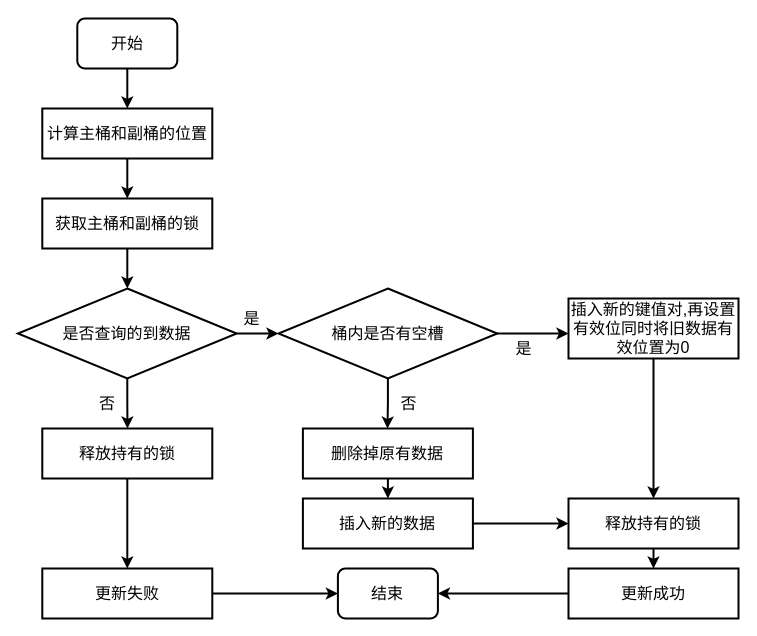
Earlier version of the draw.io diagram page "更新操作流程" (16 of 17) of 毕业论文.drawio (HustDsy/Picture). Source tidied: cells renumbered, new cells numbered last; positions are measured from the earlier drawing's top-left corner, leaving out a move shared by most shapes. Both pictures are drawn from the tidied source at 100%, with x=0, y=0 at pixel (17, 18).
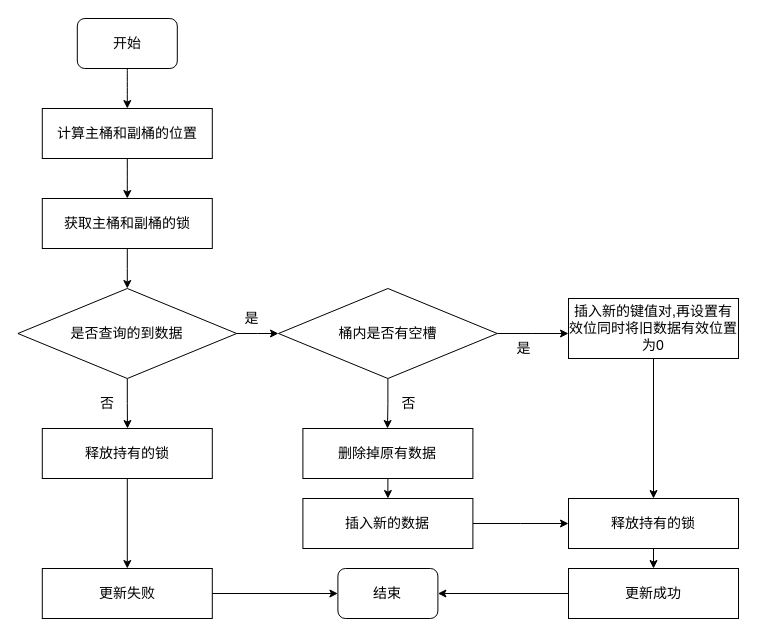
The same diagram, later.

The edit, as a diff of the source:
```diff
@@
-    <mxCell id="2" style="edgeStyle=orthogonalEdgeStyle;curved=1;rounded=0;jettySize=auto;html=1;exitX=0.5;exitY=1;exitDx=0;exitDy=0;entryX=0.5;entryY=0;entryDx=0;entryDy=0;fontFamily=简宋;fontSize=16;fontColor=default;strokeWidth=2;" parent="1" edge="1" source="3" target="5">
+    <mxCell id="2" style="edgeStyle=orthogonalEdgeStyle;curved=1;rounded=0;jettySize=auto;html=1;exitX=0.5;exitY=1;exitDx=0;exitDy=0;entryX=0.5;entryY=0;entryDx=0;entryDy=0;fontFamily=简宋;fontSize=14;fontColor=default;strokeWidth=1;" parent="1" edge="1" source="3" target="5">
       <mxGeometry relative="1" as="geometry" />
     </mxCell>
-    <mxCell id="3" value="&lt;font style=&quot;font-size: 16px;&quot;&gt;开始&lt;/font&gt;" style="rounded=1;whiteSpace=wrap;html=1;comic=0;fontFamily=简宋;fontSize=16;strokeWidth=2;" parent="1" vertex="1">
+    <mxCell id="3" value="&lt;font style=&quot;font-size: 14px;&quot;&gt;开始&lt;/font&gt;" style="rounded=1;whiteSpace=wrap;html=1;comic=0;fontFamily=简宋;fontSize=14;strokeWidth=1;" parent="1" vertex="1">
       <mxGeometry x="59.8" width="100" height="50" as="geometry" />
     </mxCell>
-    <mxCell id="4" style="edgeStyle=orthogonalEdgeStyle;curved=1;rounded=0;jettySize=auto;html=1;exitX=0.5;exitY=1;exitDx=0;exitDy=0;fontFamily=简宋;fontSize=16;fontColor=default;strokeWidth=2;" parent="1" edge="1" source="5">
+    <mxCell id="4" style="edgeStyle=orthogonalEdgeStyle;curved=1;rounded=0;jettySize=auto;html=1;exitX=0.5;exitY=1;exitDx=0;exitDy=0;fontFamily=简宋;fontSize=14;fontColor=default;strokeWidth=1;" parent="1" edge="1" source="5">
       <mxGeometry relative="1" as="geometry">
         <mxPoint x="109.8" y="180" as="targetPoint" />
       </mxGeometry>
     </mxCell>
-    <mxCell id="5" value="计算主桶和副桶的位置" style="rounded=0;whiteSpace=wrap;html=1;comic=0;fontFamily=简宋;fontSize=16;fontColor=default;strokeColor=#000000;strokeWidth=2;fillColor=#FFFFFF;" parent="1" vertex="1">
+    <mxCell id="5" value="计算主桶和副桶的位置" style="rounded=0;whiteSpace=wrap;html=1;comic=0;fontFamily=简宋;fontSize=14;fontColor=default;strokeColor=#000000;strokeWidth=1;fillColor=#FFFFFF;" parent="1" vertex="1">
       <mxGeometry x="24.8" y="90" width="170" height="50" as="geometry" />
     </mxCell>
-    <mxCell id="6" style="edgeStyle=orthogonalEdgeStyle;rounded=0;jettySize=auto;html=1;exitX=0.5;exitY=1;exitDx=0;exitDy=0;fontFamily=简宋;fontSize=16;fontColor=default;strokeWidth=2;" parent="1" edge="1" source="7">
+    <mxCell id="6" style="edgeStyle=orthogonalEdgeStyle;rounded=0;jettySize=auto;html=1;exitX=0.5;exitY=1;exitDx=0;exitDy=0;fontFamily=简宋;fontSize=14;fontColor=default;strokeWidth=1;" parent="1" edge="1" source="7">
       <mxGeometry relative="1" as="geometry">
         <mxPoint x="109.8" y="270" as="targetPoint" />
       </mxGeometry>
     </mxCell>
-    <mxCell id="7" value="获取主桶和副桶的锁" style="rounded=0;whiteSpace=wrap;html=1;comic=0;fontFamily=简宋;fontSize=16;fontColor=default;strokeColor=#000000;strokeWidth=2;fillColor=#FFFFFF;" parent="1" vertex="1">
+    <mxCell id="7" value="获取主桶和副桶的锁" style="rounded=0;whiteSpace=wrap;html=1;comic=0;fontFamily=简宋;fontSize=14;fontColor=default;strokeColor=#000000;strokeWidth=1;fillColor=#FFFFFF;" parent="1" vertex="1">
       <mxGeometry x="24.8" y="180" width="170" height="50" as="geometry" />
     </mxCell>
-    <mxCell id="8" style="edgeStyle=orthogonalEdgeStyle;rounded=0;jettySize=auto;html=1;exitX=0.5;exitY=1;exitDx=0;exitDy=0;exitPerimeter=0;fontFamily=简宋;fontSize=16;fontColor=default;endArrow=classic;endFill=1;strokeWidth=2;" parent="1" edge="1" source="10">
+    <mxCell id="8" style="edgeStyle=orthogonalEdgeStyle;rounded=0;jettySize=auto;html=1;exitX=0.5;exitY=1;exitDx=0;exitDy=0;exitPerimeter=0;fontFamily=简宋;fontSize=14;fontColor=default;endArrow=classic;endFill=1;strokeWidth=1;" parent="1" edge="1" source="10">
       <mxGeometry relative="1" as="geometry">
         <mxPoint x="110" y="410" as="targetPoint" />
       </mxGeometry>
     </mxCell>
-    <mxCell id="9" style="edgeStyle=orthogonalEdgeStyle;rounded=0;jettySize=auto;html=1;exitX=1;exitY=0.5;exitDx=0;exitDy=0;exitPerimeter=0;fontFamily=简宋;fontSize=16;fontColor=default;endArrow=classic;endFill=1;strokeWidth=2;" parent="1" edge="1" source="10">
+    <mxCell id="9" style="edgeStyle=orthogonalEdgeStyle;rounded=0;jettySize=auto;html=1;exitX=1;exitY=0.5;exitDx=0;exitDy=0;exitPerimeter=0;fontFamily=简宋;fontSize=14;fontColor=default;endArrow=classic;endFill=1;strokeWidth=1;" parent="1" edge="1" source="10">
       <mxGeometry relative="1" as="geometry">
         <mxPoint x="261" y="315" as="targetPoint" />
       </mxGeometry>
     </mxCell>
-    <mxCell id="10" value="是否查询的到数据" style="strokeWidth=2;html=1;shape=mxgraph.flowchart.decision;whiteSpace=wrap;comic=0;fontFamily=简宋;fontSize=16;fontColor=default;fillColor=#FFFFFF;" parent="1" vertex="1">
+    <mxCell id="10" value="是否查询的到数据" style="strokeWidth=1;html=1;shape=mxgraph.flowchart.decision;whiteSpace=wrap;comic=0;fontFamily=简宋;fontSize=14;fontColor=default;fillColor=#FFFFFF;" parent="1" vertex="1">
       <mxGeometry x="0.4" y="270" width="218.8" height="90" as="geometry" />
     </mxCell>
-    <mxCell id="11" value="否" style="text;html=1;strokeColor=none;fillColor=none;align=center;verticalAlign=middle;whiteSpace=wrap;rounded=0;comic=0;fontFamily=简宋;fontSize=16;fontColor=default;" parent="1" vertex="1">
+    <mxCell id="11" value="否" style="text;html=1;strokeColor=none;fillColor=none;align=center;verticalAlign=middle;whiteSpace=wrap;rounded=0;comic=0;fontFamily=简宋;fontSize=14;fontColor=default;strokeWidth=1;" parent="1" vertex="1">
       <mxGeometry x="59.8" y="370" width="60" height="30" as="geometry" />
     </mxCell>
-    <mxCell id="12" style="edgeStyle=orthogonalEdgeStyle;rounded=0;jettySize=auto;html=1;exitX=0.5;exitY=1;exitDx=0;exitDy=0;fontFamily=简宋;fontSize=16;fontColor=default;endArrow=classic;endFill=1;strokeWidth=2;entryX=0.5;entryY=0;entryDx=0;entryDy=0;" parent="1" edge="1" source="13" target="15">
+    <mxCell id="12" style="edgeStyle=orthogonalEdgeStyle;rounded=0;jettySize=auto;html=1;exitX=0.5;exitY=1;exitDx=0;exitDy=0;fontFamily=简宋;fontSize=14;fontColor=default;endArrow=classic;endFill=1;strokeWidth=1;entryX=0.5;entryY=0;entryDx=0;entryDy=0;" parent="1" edge="1" source="13" target="15">
       <mxGeometry relative="1" as="geometry" />
     </mxCell>
-    <mxCell id="13" value="释放持有的锁" style="rounded=0;whiteSpace=wrap;html=1;comic=0;fontFamily=简宋;fontSize=16;fontColor=default;strokeColor=#000000;strokeWidth=2;fillColor=#FFFFFF;" parent="1" vertex="1">
+    <mxCell id="13" value="释放持有的锁" style="rounded=0;whiteSpace=wrap;html=1;comic=0;fontFamily=简宋;fontSize=14;fontColor=default;strokeColor=#000000;strokeWidth=1;fillColor=#FFFFFF;" parent="1" vertex="1">
       <mxGeometry x="24.8" y="410" width="170" height="50" as="geometry" />
     </mxCell>
-    <mxCell id="14" style="edgeStyle=orthogonalEdgeStyle;rounded=0;jettySize=auto;html=1;exitX=1;exitY=0.5;exitDx=0;exitDy=0;fontFamily=简宋;fontSize=16;fontColor=default;endArrow=classic;endFill=1;strokeWidth=2;" parent="1" edge="1" source="15" target="16">
+    <mxCell id="14" style="edgeStyle=orthogonalEdgeStyle;rounded=0;jettySize=auto;html=1;exitX=1;exitY=0.5;exitDx=0;exitDy=0;fontFamily=简宋;fontSize=14;fontColor=default;endArrow=classic;endFill=1;strokeWidth=1;" parent="1" edge="1" source="15" target="16">
       <mxGeometry relative="1" as="geometry" />
     </mxCell>
-    <mxCell id="15" value="更新失败" style="rounded=0;whiteSpace=wrap;html=1;comic=0;fontFamily=简宋;fontSize=16;fontColor=default;strokeColor=#000000;strokeWidth=2;fillColor=#FFFFFF;" parent="1" vertex="1">
+    <mxCell id="15" value="更新失败" style="rounded=0;whiteSpace=wrap;html=1;comic=0;fontFamily=简宋;fontSize=14;fontColor=default;strokeColor=#000000;strokeWidth=1;fillColor=#FFFFFF;" parent="1" vertex="1">
       <mxGeometry x="24.8" y="550" width="170" height="50" as="geometry" />
     </mxCell>
-    <mxCell id="16" value="&lt;font style=&quot;font-size: 16px;&quot;&gt;结束&lt;/font&gt;" style="rounded=1;whiteSpace=wrap;html=1;comic=0;fontFamily=简宋;fontSize=16;strokeWidth=2;" parent="1" vertex="1">
+    <mxCell id="16" value="&lt;font style=&quot;font-size: 14px;&quot;&gt;结束&lt;/font&gt;" style="rounded=1;whiteSpace=wrap;html=1;comic=0;fontFamily=简宋;fontSize=14;strokeWidth=1;" parent="1" vertex="1">
       <mxGeometry x="320.4" y="550" width="100" height="50" as="geometry" />
     </mxCell>
-    <mxCell id="17" style="edgeStyle=orthogonalEdgeStyle;rounded=0;jettySize=auto;html=1;exitX=0.5;exitY=1;exitDx=0;exitDy=0;exitPerimeter=0;fontFamily=简宋;fontSize=16;fontColor=default;endArrow=classic;endFill=1;strokeWidth=2;" parent="1" edge="1" source="19">
+    <mxCell id="17" style="edgeStyle=orthogonalEdgeStyle;rounded=0;jettySize=auto;html=1;exitX=0.5;exitY=1;exitDx=0;exitDy=0;exitPerimeter=0;fontFamily=简宋;fontSize=14;fontColor=default;endArrow=classic;endFill=1;strokeWidth=1;" parent="1" edge="1" source="19">
       <mxGeometry relative="1" as="geometry">
         <mxPoint x="370" y="410" as="targetPoint" />
       </mxGeometry>
     </mxCell>
-    <mxCell id="18" style="edgeStyle=orthogonalEdgeStyle;rounded=0;jettySize=auto;html=1;exitX=1;exitY=0.5;exitDx=0;exitDy=0;exitPerimeter=0;fontFamily=简宋;fontSize=16;fontColor=default;endArrow=classic;endFill=1;strokeWidth=2;" parent="1" edge="1" source="19">
+    <mxCell id="18" style="edgeStyle=orthogonalEdgeStyle;rounded=0;jettySize=auto;html=1;exitX=1;exitY=0.5;exitDx=0;exitDy=0;exitPerimeter=0;fontFamily=简宋;fontSize=14;fontColor=default;endArrow=classic;endFill=1;strokeWidth=1;" parent="1" edge="1" source="19">
       <mxGeometry relative="1" as="geometry">
         <mxPoint x="551" y="315" as="targetPoint" />
       </mxGeometry>
     </mxCell>
-    <mxCell id="19" value="桶内是否有空槽" style="strokeWidth=2;html=1;shape=mxgraph.flowchart.decision;whiteSpace=wrap;comic=0;fontFamily=简宋;fontSize=16;fontColor=default;fillColor=#FFFFFF;" parent="1" vertex="1">
+    <mxCell id="19" value="桶内是否有空槽" style="strokeWidth=1;html=1;shape=mxgraph.flowchart.decision;whiteSpace=wrap;comic=0;fontFamily=简宋;fontSize=14;fontColor=default;fillColor=#FFFFFF;" parent="1" vertex="1">
       <mxGeometry x="261" y="270" width="218.8" height="90" as="geometry" />
     </mxCell>
-    <mxCell id="20" value="否" style="text;html=1;align=center;verticalAlign=middle;strokeColor=none;fillColor=none;fontSize=16;fontFamily=简宋;fontColor=default;" parent="1" vertex="1">
+    <mxCell id="20" value="否" style="text;html=1;align=center;verticalAlign=middle;strokeColor=none;fillColor=none;fontSize=14;fontFamily=简宋;fontColor=default;strokeWidth=1;" parent="1" vertex="1">
       <mxGeometry x="376" y="375" width="30" height="20" as="geometry" />
     </mxCell>
-    <mxCell id="21" style="edgeStyle=orthogonalEdgeStyle;rounded=0;jettySize=auto;html=1;exitX=0.5;exitY=1;exitDx=0;exitDy=0;entryX=0.5;entryY=0;entryDx=0;entryDy=0;fontFamily=简宋;fontSize=16;fontColor=default;endArrow=classic;endFill=1;strokeWidth=2;" parent="1" edge="1" source="22" target="24">
+    <mxCell id="21" style="edgeStyle=orthogonalEdgeStyle;rounded=0;jettySize=auto;html=1;exitX=0.5;exitY=1;exitDx=0;exitDy=0;entryX=0.5;entryY=0;entryDx=0;entryDy=0;fontFamily=简宋;fontSize=14;fontColor=default;endArrow=classic;endFill=1;strokeWidth=1;" parent="1" edge="1" source="22" target="24">
       <mxGeometry relative="1" as="geometry" />
     </mxCell>
-    <mxCell id="22" value="删除掉原有数据" style="rounded=0;whiteSpace=wrap;html=1;comic=0;fontFamily=简宋;fontSize=16;fontColor=default;strokeColor=#000000;strokeWidth=2;fillColor=#FFFFFF;" parent="1" vertex="1">
+    <mxCell id="22" value="删除掉原有数据" style="rounded=0;whiteSpace=wrap;html=1;comic=0;fontFamily=简宋;fontSize=14;fontColor=default;strokeColor=#000000;strokeWidth=1;fillColor=#FFFFFF;" parent="1" vertex="1">
       <mxGeometry x="285.4" y="410" width="170" height="50" as="geometry" />
     </mxCell>
-    <mxCell id="23" style="edgeStyle=orthogonalEdgeStyle;rounded=0;jettySize=auto;html=1;exitX=1;exitY=0.5;exitDx=0;exitDy=0;fontFamily=简宋;fontSize=16;fontColor=default;endArrow=classic;endFill=1;strokeWidth=2;" parent="1" edge="1" source="24">
+    <mxCell id="23" style="edgeStyle=orthogonalEdgeStyle;rounded=0;jettySize=auto;html=1;exitX=1;exitY=0.5;exitDx=0;exitDy=0;fontFamily=简宋;fontSize=14;fontColor=default;endArrow=classic;endFill=1;strokeWidth=1;" parent="1" edge="1" source="24">
       <mxGeometry relative="1" as="geometry">
         <mxPoint x="551" y="505" as="targetPoint" />
       </mxGeometry>
     </mxCell>
-    <mxCell id="24" value="插入新的数据" style="rounded=0;whiteSpace=wrap;html=1;comic=0;fontFamily=简宋;fontSize=16;fontColor=default;strokeColor=#000000;strokeWidth=2;fillColor=#FFFFFF;" parent="1" vertex="1">
+    <mxCell id="24" value="插入新的数据" style="rounded=0;whiteSpace=wrap;html=1;comic=0;fontFamily=简宋;fontSize=14;fontColor=default;strokeColor=#000000;strokeWidth=1;fillColor=#FFFFFF;" parent="1" vertex="1">
       <mxGeometry x="285.4" y="480" width="170" height="50" as="geometry" />
     </mxCell>
-    <mxCell id="25" value="是" style="text;html=1;align=center;verticalAlign=middle;strokeColor=none;fillColor=none;fontSize=16;fontFamily=简宋;fontColor=default;" parent="1" vertex="1">
+    <mxCell id="25" value="是" style="text;html=1;align=center;verticalAlign=middle;strokeColor=none;fillColor=none;fontSize=14;fontFamily=简宋;fontColor=default;strokeWidth=1;" parent="1" vertex="1">
       <mxGeometry x="491" y="320" width="30" height="20" as="geometry" />
     </mxCell>
-    <mxCell id="26" style="edgeStyle=orthogonalEdgeStyle;rounded=0;jettySize=auto;html=1;exitX=0.5;exitY=1;exitDx=0;exitDy=0;fontFamily=简宋;fontSize=16;fontColor=default;endArrow=classic;endFill=1;strokeWidth=2;" parent="1" edge="1" source="27" target="29">
+    <mxCell id="26" style="edgeStyle=orthogonalEdgeStyle;rounded=0;jettySize=auto;html=1;exitX=0.5;exitY=1;exitDx=0;exitDy=0;fontFamily=简宋;fontSize=14;fontColor=default;endArrow=classic;endFill=1;strokeWidth=1;" parent="1" edge="1" source="27" target="29">
       <mxGeometry relative="1" as="geometry" />
     </mxCell>
-    <mxCell id="27" value="插入新的键值对,再设置有效位同时将旧数据有效位置为0" style="rounded=0;whiteSpace=wrap;html=1;comic=0;fontFamily=简宋;fontSize=16;fontColor=default;strokeColor=#000000;strokeWidth=2;fillColor=#FFFFFF;" parent="1" vertex="1">
+    <mxCell id="27" value="插入新的键值对,再设置有效位同时将旧数据有效位置为0" style="rounded=0;whiteSpace=wrap;html=1;comic=0;fontFamily=简宋;fontSize=14;fontColor=default;strokeColor=#000000;strokeWidth=1;fillColor=#FFFFFF;" parent="1" vertex="1">
       <mxGeometry x="551" y="280" width="170" height="60" as="geometry" />
     </mxCell>
-    <mxCell id="28" style="edgeStyle=orthogonalEdgeStyle;rounded=0;jettySize=auto;html=1;exitX=0.5;exitY=1;exitDx=0;exitDy=0;entryX=0.5;entryY=0;entryDx=0;entryDy=0;fontFamily=简宋;fontSize=16;fontColor=default;endArrow=classic;endFill=1;strokeWidth=2;" parent="1" edge="1" source="29" target="31">
+    <mxCell id="28" style="edgeStyle=orthogonalEdgeStyle;rounded=0;jettySize=auto;html=1;exitX=0.5;exitY=1;exitDx=0;exitDy=0;entryX=0.5;entryY=0;entryDx=0;entryDy=0;fontFamily=简宋;fontSize=14;fontColor=default;endArrow=classic;endFill=1;strokeWidth=1;" parent="1" edge="1" source="29" target="31">
       <mxGeometry relative="1" as="geometry" />
     </mxCell>
-    <mxCell id="29" value="释放持有的锁" style="rounded=0;whiteSpace=wrap;html=1;comic=0;fontFamily=简宋;fontSize=16;fontColor=default;strokeColor=#000000;strokeWidth=2;fillColor=#FFFFFF;" parent="1" vertex="1">
+    <mxCell id="29" value="释放持有的锁" style="rounded=0;whiteSpace=wrap;html=1;comic=0;fontFamily=简宋;fontSize=14;fontColor=default;strokeColor=#000000;strokeWidth=1;fillColor=#FFFFFF;" parent="1" vertex="1">
       <mxGeometry x="551" y="480" width="170" height="50" as="geometry" />
     </mxCell>
-    <mxCell id="30" style="edgeStyle=orthogonalEdgeStyle;rounded=0;jettySize=auto;html=1;exitX=0;exitY=0.5;exitDx=0;exitDy=0;entryX=1;entryY=0.5;entryDx=0;entryDy=0;fontFamily=简宋;fontSize=16;fontColor=default;endArrow=classic;endFill=1;strokeWidth=2;" parent="1" edge="1" source="31" target="16">
+    <mxCell id="30" style="edgeStyle=orthogonalEdgeStyle;rounded=0;jettySize=auto;html=1;exitX=0;exitY=0.5;exitDx=0;exitDy=0;entryX=1;entryY=0.5;entryDx=0;entryDy=0;fontFamily=简宋;fontSize=14;fontColor=default;endArrow=classic;endFill=1;strokeWidth=1;" parent="1" edge="1" source="31" target="16">
       <mxGeometry relative="1" as="geometry" />
     </mxCell>
-    <mxCell id="31" value="更新成功" style="rounded=0;whiteSpace=wrap;html=1;comic=0;fontFamily=简宋;fontSize=16;fontColor=default;strokeColor=#000000;strokeWidth=2;fillColor=#FFFFFF;" parent="1" vertex="1">
+    <mxCell id="31" value="更新成功" style="rounded=0;whiteSpace=wrap;html=1;comic=0;fontFamily=简宋;fontSize=14;fontColor=default;strokeColor=#000000;strokeWidth=1;fillColor=#FFFFFF;" parent="1" vertex="1">
       <mxGeometry x="551" y="550" width="170" height="50" as="geometry" />
     </mxCell>
-    <mxCell id="32" value="是" style="text;html=1;align=center;verticalAlign=middle;strokeColor=none;fillColor=none;fontSize=16;fontFamily=简宋;fontColor=default;" parent="1" vertex="1">
+    <mxCell id="32" value="是" style="text;html=1;align=center;verticalAlign=middle;strokeColor=none;fillColor=none;fontSize=14;fontFamily=简宋;fontColor=default;strokeWidth=1;" parent="1" vertex="1">
       <mxGeometry x="219.1" y="290" width="30" height="20" as="geometry" />
     </mxCell>
```
